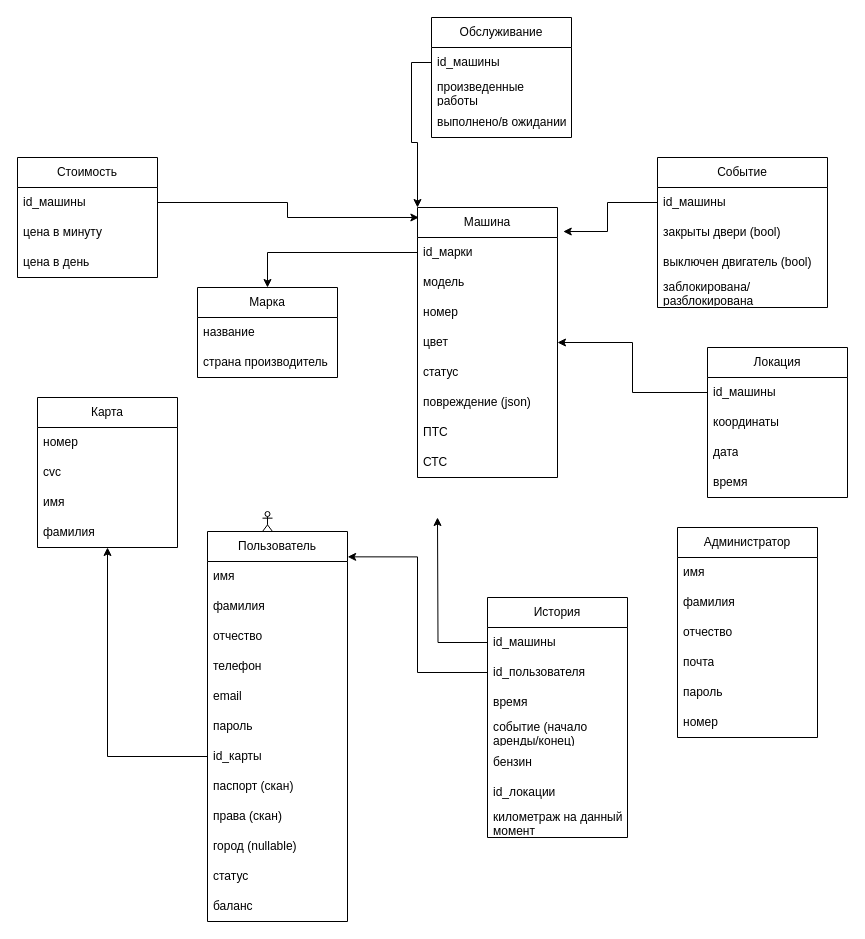
maRktutuzhe/car-sharing keeps this draw.io diagram as car_sharing.drawio. Above is the earlier version. Source tidied: cells renumbered, new cells numbered last; positions are measured from the earlier drawing's top-left corner, leaving out a move shared by most shapes. Both pictures are drawn from the tidied source at 100%, with x=0, y=0 at pixel (17, 17).
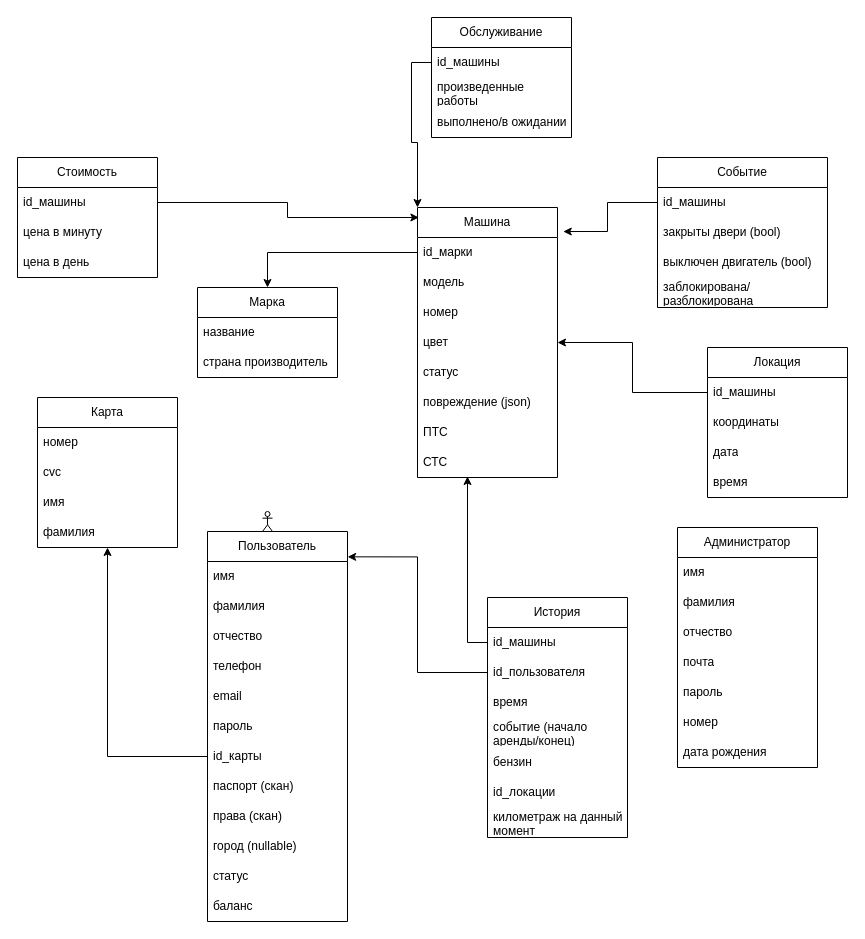
The same page after the edit.

The change refers to these unchanged cells:
```xml
<mxCell id="40" value="История" style="swimlane;fontStyle=0;horizontal=1;startSize=30;whiteSpace=wrap;html=1;" parent="1" vertex="1">
  <mxGeometry x="470" y="580" width="140" height="240" as="geometry" />
</mxCell>
<mxCell id="42" value="id_машины" style="text;strokeColor=none;fillColor=none;align=left;verticalAlign=middle;spacingLeft=4;spacingRight=4;overflow=hidden;points=[[0,0.5],[1,0.5]];portConstraint=eastwest;whiteSpace=wrap;html=1;" parent="40" vertex="1">
  <mxGeometry y="30" width="140" height="30" as="geometry" />
</mxCell>
```

Diff of the diagram source:
```diff
@@
-    <mxCell id="41" style="edgeStyle=orthogonalEdgeStyle;rounded=0;jettySize=auto;html=1;" parent="40" edge="1" source="42">
-      <mxGeometry relative="1" as="geometry">
-        <mxPoint x="-50" y="-80" as="targetPoint" />
-      </mxGeometry>
-    </mxCell>
@@
     <mxCell id="49" value="Администратор" style="swimlane;fontStyle=0;horizontal=1;startSize=30;whiteSpace=wrap;html=1;" parent="1" vertex="1">
-      <mxGeometry x="660" y="510" width="140" height="210" as="geometry" />
+      <mxGeometry x="660" y="510" width="140" height="240" as="geometry" />
     </mxCell>
@@
+    <mxCell id="74" value="дата рождения" style="text;strokeColor=none;fillColor=none;align=left;verticalAlign=middle;spacingLeft=4;spacingRight=4;overflow=hidden;whiteSpace=wrap;html=1;" parent="49" vertex="1">
+      <mxGeometry y="210" width="140" height="30" as="geometry" />
+    </mxCell>
@@
+    <mxCell id="41" style="edgeStyle=orthogonalEdgeStyle;rounded=0;jettySize=auto;html=1;" parent="1" edge="1" source="42">
+      <mxGeometry relative="1" as="geometry">
+        <mxPoint x="450" y="459" as="targetPoint" />
+        <Array as="points">
+          <mxPoint x="450" y="625" />
+          <mxPoint x="450" y="459" />
+        </Array>
+      </mxGeometry>
+    </mxCell>
```
